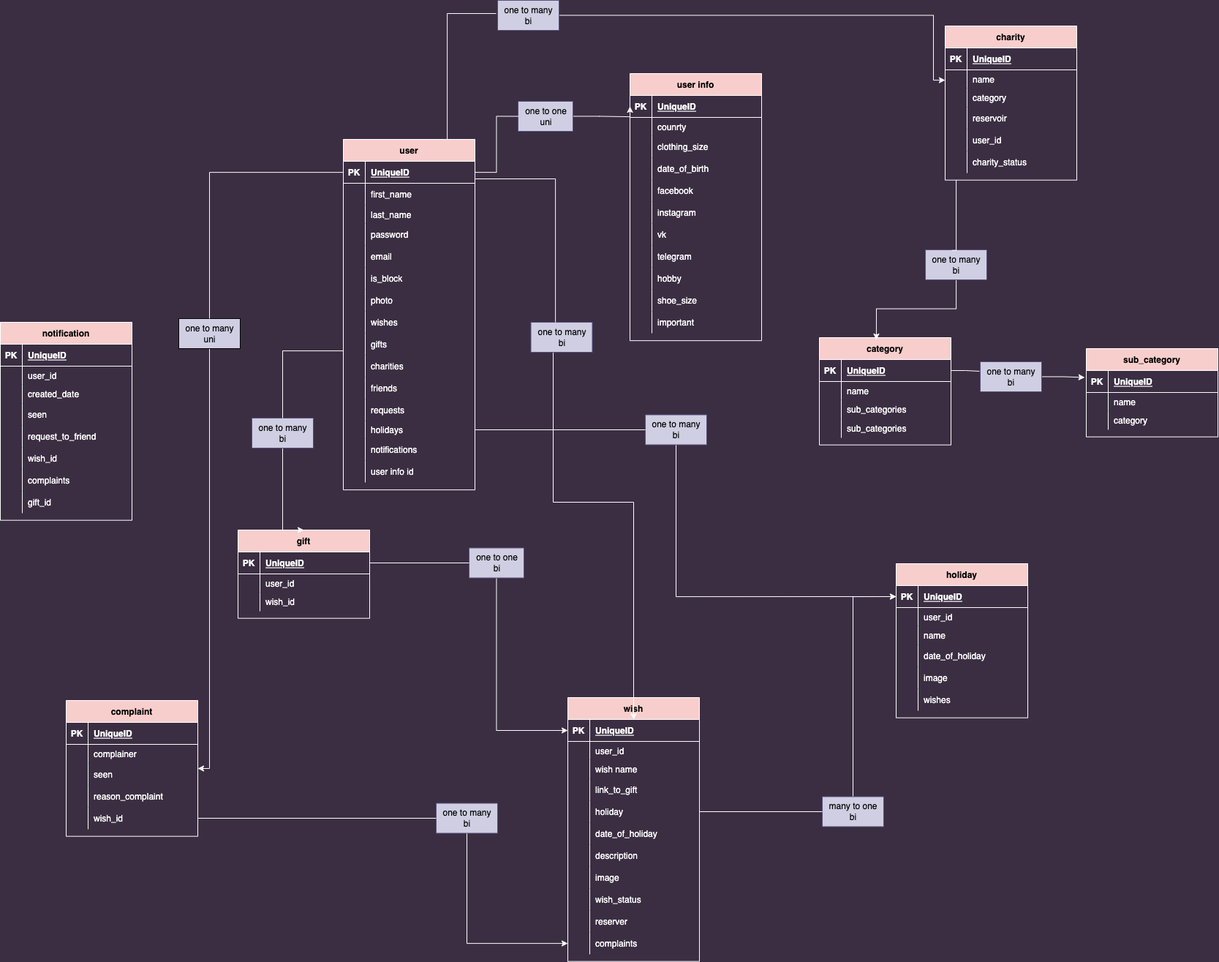
The draw.io diagram giftlist.png in peaksoft-school/giftlist-b6, before a commit. Source tidied: cells renumbered, new cells last; positions are measured from the earlier drawing's top-left corner, leaving out a move shared by most shapes.
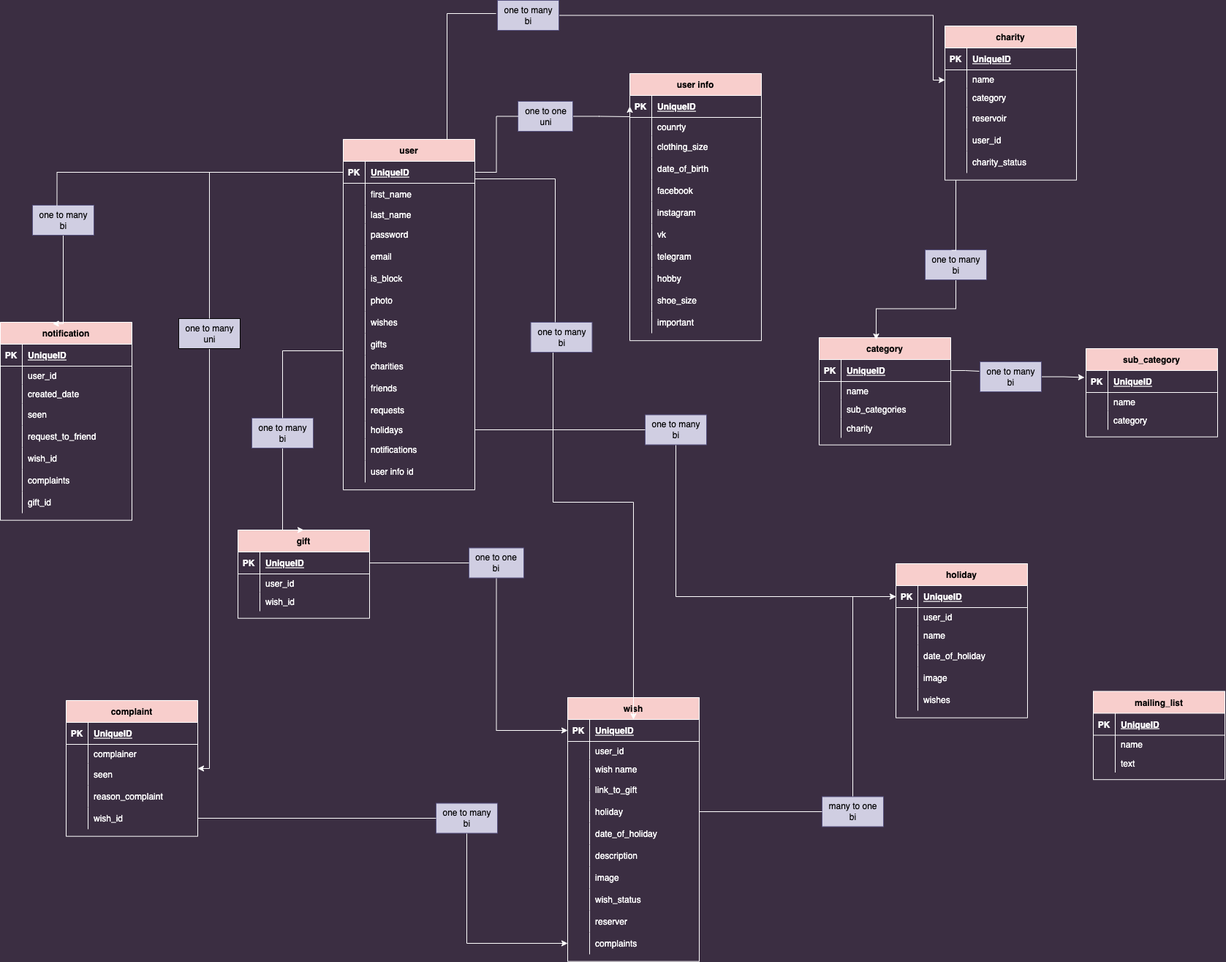
Later version of the same file.

Diff of the diagram source:
```diff
@@ -494,7 +494,7 @@
     <mxCell id="159" style="shape=partialRectangle;fillColor=none;top=0;left=0;bottom=0;right=0;overflow=hidden;strokeColor=#FFFFFF;fontColor=#1A1A1A;" parent="158" vertex="1">
       <mxGeometry width="30" height="26" as="geometry" />
     </mxCell>
-    <mxCell id="160" value="sub_categories" style="shape=partialRectangle;fillColor=none;top=0;left=0;bottom=0;right=0;align=left;spacingLeft=6;overflow=hidden;strokeColor=#FFFFFF;fontColor=#FFFFFF;" parent="158" vertex="1">
+    <mxCell id="160" value="charity" style="shape=partialRectangle;fillColor=none;top=0;left=0;bottom=0;right=0;align=left;spacingLeft=6;overflow=hidden;strokeColor=#FFFFFF;fontColor=#FFFFFF;" parent="158" vertex="1">
       <mxGeometry x="30" width="150" height="26" as="geometry" />
     </mxCell>
     <mxCell id="161" value="sub_category" style="shape=table;startSize=30;rowLines=0;fontStyle=1;align=center;strokeColor=#FFFFFF;fillColor=#F8CECC;" parent="1" vertex="1">
@@ -819,5 +819,48 @@
         </Array>
       </mxGeometry>
     </mxCell>
+    <mxCell id="261" style="edgeStyle=orthogonalEdgeStyle;rounded=0;jettySize=auto;html=1;entryX=0.398;entryY=0.007;entryDx=0;entryDy=0;entryPerimeter=0;strokeColor=#FFFFFF;fontColor=#FFFFFF;startArrow=none;" parent="1" edge="1" source="262" target="234">
+      <mxGeometry relative="1" as="geometry">
+        <Array as="points">
+          <mxPoint x="86" y="442" />
+        </Array>
+      </mxGeometry>
+    </mxCell>
+    <mxCell id="262" value="one to many&lt;br&gt;bi" style="text;html=1;align=center;verticalAlign=middle;points=[];strokeColor=#56517e;fillColor=#d0cee2;" parent="1" vertex="1">
+      <mxGeometry x="44" y="280" width="84" height="41" as="geometry" />
+    </mxCell>
+    <mxCell id="263" style="edgeStyle=orthogonalEdgeStyle;rounded=0;jettySize=auto;html=1;entryX=0.398;entryY=0.007;entryDx=0;entryDy=0;entryPerimeter=0;strokeColor=#FFFFFF;fontColor=#FFFFFF;endArrow=none;" parent="1" edge="1" source="4" target="262">
+      <mxGeometry relative="1" as="geometry" />
+    </mxCell>
+    <mxCell id="264" value="mailing_list" style="shape=table;startSize=30;rowLines=0;fontStyle=1;align=center;strokeColor=#FFFFFF;fillColor=#F8CECC;" parent="1" vertex="1">
+      <mxGeometry x="1495" y="944.5" width="180" height="120.7" as="geometry" />
+    </mxCell>
+    <mxCell id="265" style="shape=tableRow;horizontal=0;startSize=0;swimlaneHead=0;swimlaneBody=0;fillColor=none;top=0;left=0;right=0;bottom=1;strokeColor=#FFFFFF;fontColor=#1A1A1A;" parent="264" vertex="1">
+      <mxGeometry y="30" width="180" height="30" as="geometry" />
+    </mxCell>
+    <mxCell id="266" value="PK" style="shape=partialRectangle;fillColor=none;top=0;left=0;bottom=0;right=0;fontStyle=1;overflow=hidden;strokeColor=#FFFFFF;fontColor=#FFFFFF;" parent="265" vertex="1">
+      <mxGeometry width="30" height="30" as="geometry" />
+    </mxCell>
+    <mxCell id="267" value="UniqueID" style="shape=partialRectangle;fillColor=none;top=0;left=0;bottom=0;right=0;align=left;spacingLeft=6;fontStyle=5;overflow=hidden;strokeColor=#FFFFFF;fontColor=#FFFFFF;" parent="265" vertex="1">
+      <mxGeometry x="30" width="150" height="30" as="geometry" />
+    </mxCell>
+    <mxCell id="268" style="shape=tableRow;horizontal=0;startSize=0;swimlaneHead=0;swimlaneBody=0;fillColor=none;top=0;left=0;right=0;bottom=0;strokeColor=#FFFFFF;fontColor=#1A1A1A;" parent="264" vertex="1">
+      <mxGeometry y="60" width="180" height="25" as="geometry" />
+    </mxCell>
+    <mxCell id="269" style="shape=partialRectangle;fillColor=none;top=0;left=0;bottom=0;right=0;overflow=hidden;strokeColor=#FFFFFF;fontColor=#1A1A1A;" parent="268" vertex="1">
+      <mxGeometry width="30" height="25" as="geometry" />
+    </mxCell>
+    <mxCell id="270" value="name" style="shape=partialRectangle;fillColor=none;top=0;left=0;bottom=0;right=0;align=left;spacingLeft=6;overflow=hidden;strokeColor=#FFFFFF;fontColor=#FFFFFF;" parent="268" vertex="1">
+      <mxGeometry x="30" width="150" height="25" as="geometry" />
+    </mxCell>
+    <mxCell id="271" style="shape=tableRow;horizontal=0;startSize=0;swimlaneHead=0;swimlaneBody=0;fillColor=none;top=0;left=0;right=0;bottom=0;strokeColor=#FFFFFF;fontColor=#1A1A1A;" parent="264" vertex="1">
+      <mxGeometry y="85" width="180" height="26" as="geometry" />
+    </mxCell>
+    <mxCell id="272" style="shape=partialRectangle;fillColor=none;top=0;left=0;bottom=0;right=0;overflow=hidden;strokeColor=#FFFFFF;fontColor=#1A1A1A;" parent="271" vertex="1">
+      <mxGeometry width="30" height="26" as="geometry" />
+    </mxCell>
+    <mxCell id="273" value="text" style="shape=partialRectangle;fillColor=none;top=0;left=0;bottom=0;right=0;align=left;spacingLeft=6;overflow=hidden;strokeColor=#FFFFFF;fontColor=#FFFFFF;" parent="271" vertex="1">
+      <mxGeometry x="30" width="150" height="26" as="geometry" />
+    </mxCell>
   </root>
 </mxGraphModel>
```
